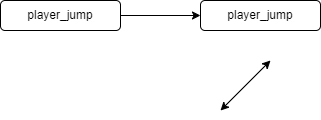
4mirul/diagrams keeps this draw.io diagram as 2D Platformer Animator.drawio.png. Above is the earlier version. Source tidied: cells renumbered, new cells last; positions are measured from the earlier drawing's top-left corner, leaving out a move shared by most shapes.
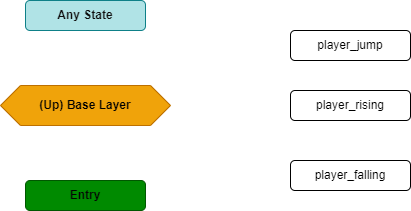
The same file after the commit.

The edit, as a diff of the source:
```diff
@@ -2,20 +2,23 @@
   <root>
     <mxCell id="0" />
     <mxCell id="1" parent="0" />
-    <mxCell id="2" style="edgeStyle=orthogonalEdgeStyle;rounded=0;jettySize=auto;html=1;exitX=1;exitY=0.5;exitDx=0;exitDy=0;" parent="1" edge="1" source="3" target="4">
-      <mxGeometry relative="1" as="geometry" />
-    </mxCell>
-    <mxCell id="3" value="player_jump" style="rounded=1;whiteSpace=wrap;html=1;" parent="1" vertex="1">
-      <mxGeometry width="120" height="30" as="geometry" />
+    <mxCell id="3" value="player_rising" style="rounded=1;whiteSpace=wrap;html=1;" parent="1" vertex="1">
+      <mxGeometry x="230" y="-10" width="120" height="30" as="geometry" />
     </mxCell>
     <mxCell id="4" value="player_jump" style="rounded=1;whiteSpace=wrap;html=1;" parent="1" vertex="1">
-      <mxGeometry x="200" width="120" height="30" as="geometry" />
+      <mxGeometry x="230" y="-70" width="120" height="30" as="geometry" />
     </mxCell>
-    <mxCell id="5" style="endArrow=classic;startArrow=classic;html=1;rounded=0;" parent="1" edge="1">
-      <mxGeometry relative="1" as="geometry">
-        <mxPoint x="220" y="110" as="sourcePoint" />
-        <mxPoint x="270" y="60" as="targetPoint" />
-      </mxGeometry>
-    </mxCell>
+    <mxCell id="6" value="player_falling" style="rounded=1;whiteSpace=wrap;html=1;" parent="1" vertex="1">
+      <mxGeometry x="230" y="60" width="120" height="30" as="geometry" />
+    </mxCell>
+    <mxCell id="7" value="&lt;b&gt;(Up) Base Layer&lt;/b&gt;" style="shape=hexagon;perimeter=hexagonPerimeter2;whiteSpace=wrap;html=1;fixedSize=1;fillColor=#f0a30a;fontColor=#000000;strokeColor=#BD7000;" parent="1" vertex="1">
+      <mxGeometry x="-60" y="-15" width="170" height="40" as="geometry" />
+    </mxCell>
+    <mxCell id="8" value="&lt;b&gt;&lt;font color=&quot;#050505&quot;&gt;Entry&lt;/font&gt;&lt;/b&gt;" style="rounded=1;whiteSpace=wrap;html=1;fillColor=#008a00;fontColor=#ffffff;strokeColor=#005700;" parent="1" vertex="1">
+      <mxGeometry x="-35" y="80" width="120" height="30" as="geometry" />
+    </mxCell>
+    <mxCell id="9" value="&lt;b&gt;&lt;font color=&quot;#0f0f0f&quot;&gt;Any State&lt;/font&gt;&lt;/b&gt;" style="rounded=1;whiteSpace=wrap;html=1;fillColor=#b0e3e6;strokeColor=#0e8088;" parent="1" vertex="1">
+      <mxGeometry x="-35" y="-100" width="120" height="30" as="geometry" />
+    </mxCell>
   </root>
 </mxGraphModel>
```
